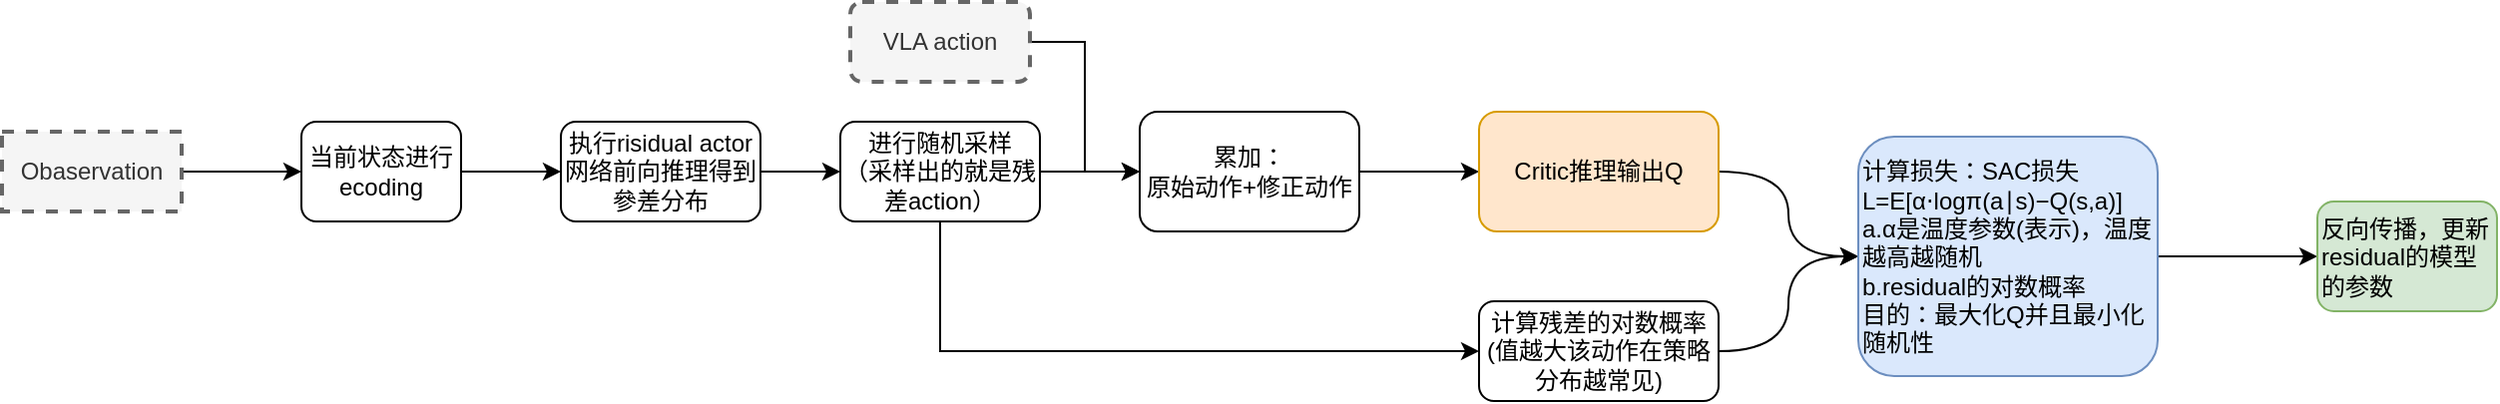
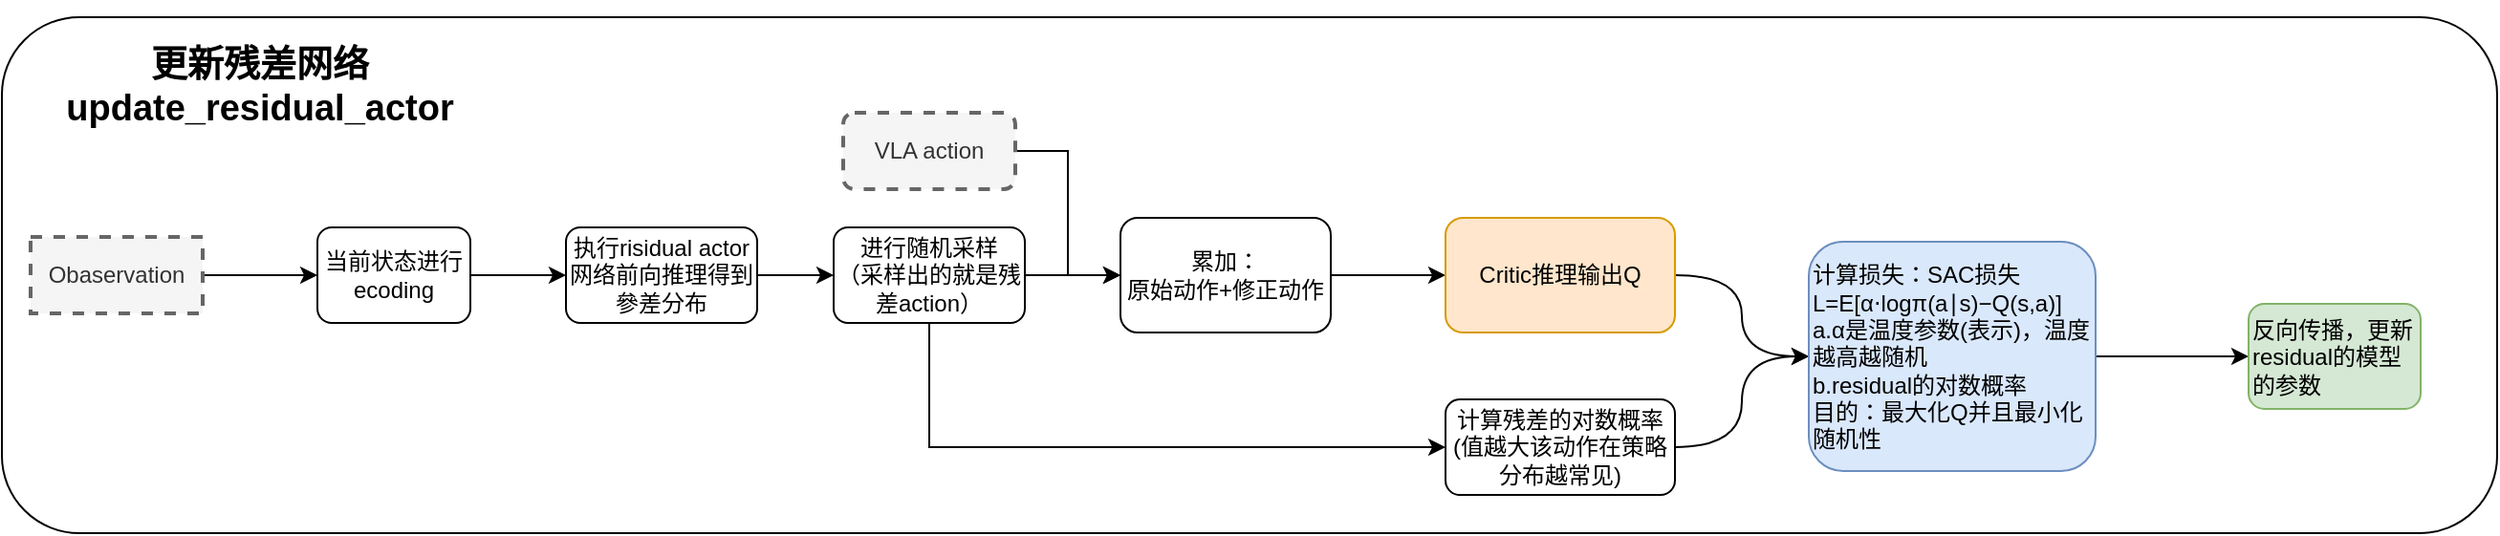
<mxfile host="app.diagrams.net">
  <diagram name="第 1 页" id="Xl2nalXjscSPXPMrPieM">
-     <mxGraphModel dx="1784" dy="2718" grid="1" gridSize="10" guides="1" tooltips="1" connect="1" arrows="1" fold="1" page="1" pageScale="1" pageWidth="827" pageHeight="1169" math="0" shadow="0">
+     <mxGraphModel dx="2320" dy="849" grid="1" gridSize="10" guides="1" tooltips="1" connect="1" arrows="1" fold="1" page="1" pageScale="1" pageWidth="827" pageHeight="1169" math="0" shadow="0">
      <root>
        <mxCell id="0" />
        <mxCell id="1" parent="0" />
+         <mxCell id="5m5IZYSdE89hOnIhnB_D-22" parent="1" style="rounded=1;whiteSpace=wrap;html=1;" value="" vertex="1">
+           <mxGeometry height="270" width="1305" x="-55" y="190" as="geometry" />
+         </mxCell>
        <mxCell id="5m5IZYSdE89hOnIhnB_D-3" edge="1" parent="1" source="5m5IZYSdE89hOnIhnB_D-1" style="edgeStyle=orthogonalEdgeStyle;rounded=0;orthogonalLoop=1;jettySize=auto;html=1;" target="5m5IZYSdE89hOnIhnB_D-2" value="">
          <mxGeometry relative="1" as="geometry" />
        </mxCell>
        <mxCell id="5m5IZYSdE89hOnIhnB_D-1" parent="1" style="rounded=1;whiteSpace=wrap;html=1;" value="当前状态进行ecoding" vertex="1">
          <mxGeometry height="50" width="80" x="110" y="300" as="geometry" />
        </mxCell>
        <mxCell id="5m5IZYSdE89hOnIhnB_D-5" edge="1" parent="1" source="5m5IZYSdE89hOnIhnB_D-2" style="edgeStyle=orthogonalEdgeStyle;rounded=0;orthogonalLoop=1;jettySize=auto;html=1;" target="5m5IZYSdE89hOnIhnB_D-4" value="">
          <mxGeometry relative="1" as="geometry" />
        </mxCell>
        <mxCell id="5m5IZYSdE89hOnIhnB_D-2" parent="1" style="rounded=1;whiteSpace=wrap;html=1;" value="执行risidual actor网络前向推理得到參差分布" vertex="1">
          <mxGeometry height="50" width="100" x="240" y="300" as="geometry" />
        </mxCell>
        <mxCell id="5m5IZYSdE89hOnIhnB_D-7" edge="1" parent="1" source="5m5IZYSdE89hOnIhnB_D-4" style="edgeStyle=orthogonalEdgeStyle;rounded=0;orthogonalLoop=1;jettySize=auto;html=1;exitX=0.5;exitY=1;exitDx=0;exitDy=0;entryX=0;entryY=0.5;entryDx=0;entryDy=0;" target="5m5IZYSdE89hOnIhnB_D-6" value="">
          <mxGeometry relative="1" as="geometry" />
        </mxCell>
        <mxCell id="5m5IZYSdE89hOnIhnB_D-14" edge="1" parent="1" source="5m5IZYSdE89hOnIhnB_D-4" style="edgeStyle=orthogonalEdgeStyle;rounded=0;orthogonalLoop=1;jettySize=auto;html=1;exitX=1;exitY=0.5;exitDx=0;exitDy=0;entryX=0;entryY=0.5;entryDx=0;entryDy=0;" target="5m5IZYSdE89hOnIhnB_D-12">
          <mxGeometry relative="1" as="geometry" />
        </mxCell>
        <mxCell id="5m5IZYSdE89hOnIhnB_D-4" parent="1" style="rounded=1;whiteSpace=wrap;html=1;" value="进行随机采样&lt;br&gt;（采样出的就是残差action）" vertex="1">
          <mxGeometry height="50" width="100" x="380" y="300" as="geometry" />
        </mxCell>
        <mxCell id="5m5IZYSdE89hOnIhnB_D-19" edge="1" parent="1" source="5m5IZYSdE89hOnIhnB_D-6" style="edgeStyle=orthogonalEdgeStyle;rounded=0;orthogonalLoop=1;jettySize=auto;html=1;exitX=1;exitY=0.5;exitDx=0;exitDy=0;entryX=0;entryY=0.5;entryDx=0;entryDy=0;curved=1;" target="5m5IZYSdE89hOnIhnB_D-17">
          <mxGeometry relative="1" as="geometry" />
        </mxCell>
        <mxCell id="5m5IZYSdE89hOnIhnB_D-6" parent="1" style="rounded=1;whiteSpace=wrap;html=1;" value="计算残差的对数概率&lt;br&gt;(值越大该动作在策略分布越常见)" vertex="1">
          <mxGeometry height="50" width="120" x="700" y="390" as="geometry" />
        </mxCell>
        <mxCell id="5m5IZYSdE89hOnIhnB_D-9" edge="1" parent="1" source="5m5IZYSdE89hOnIhnB_D-8" style="edgeStyle=orthogonalEdgeStyle;rounded=0;orthogonalLoop=1;jettySize=auto;html=1;exitX=1;exitY=0.5;exitDx=0;exitDy=0;entryX=0;entryY=0.5;entryDx=0;entryDy=0;" target="5m5IZYSdE89hOnIhnB_D-1">
          <mxGeometry relative="1" as="geometry" />
        </mxCell>
        <mxCell id="5m5IZYSdE89hOnIhnB_D-8" parent="1" style="rounded=0;whiteSpace=wrap;html=1;fillColor=#f5f5f5;fontColor=#333333;strokeColor=#666666;dashed=1;strokeWidth=2;" value="Obaservation" vertex="1">
          <mxGeometry height="40" width="90" x="-40" y="305" as="geometry" />
        </mxCell>
        <mxCell id="5m5IZYSdE89hOnIhnB_D-13" edge="1" parent="1" source="5m5IZYSdE89hOnIhnB_D-10" style="edgeStyle=orthogonalEdgeStyle;rounded=0;orthogonalLoop=1;jettySize=auto;html=1;exitX=1;exitY=0.5;exitDx=0;exitDy=0;entryX=0;entryY=0.5;entryDx=0;entryDy=0;" target="5m5IZYSdE89hOnIhnB_D-12">
          <mxGeometry relative="1" as="geometry" />
        </mxCell>
        <mxCell id="5m5IZYSdE89hOnIhnB_D-10" parent="1" style="rounded=1;whiteSpace=wrap;html=1;fillColor=#f5f5f5;fontColor=#333333;strokeColor=#666666;dashed=1;strokeWidth=2;" value="VLA action" vertex="1">
          <mxGeometry height="40" width="90" x="385" y="240" as="geometry" />
        </mxCell>
        <mxCell id="5m5IZYSdE89hOnIhnB_D-16" edge="1" parent="1" source="5m5IZYSdE89hOnIhnB_D-12" style="edgeStyle=orthogonalEdgeStyle;rounded=0;orthogonalLoop=1;jettySize=auto;html=1;exitX=1;exitY=0.5;exitDx=0;exitDy=0;entryX=0;entryY=0.5;entryDx=0;entryDy=0;" target="5m5IZYSdE89hOnIhnB_D-15">
          <mxGeometry relative="1" as="geometry" />
        </mxCell>
        <mxCell id="5m5IZYSdE89hOnIhnB_D-12" parent="1" style="rounded=1;whiteSpace=wrap;html=1;" value="累加：&lt;br&gt;原始动作+修正动作" vertex="1">
          <mxGeometry height="60" width="110" x="530" y="295" as="geometry" />
        </mxCell>
        <mxCell id="5m5IZYSdE89hOnIhnB_D-18" edge="1" parent="1" source="5m5IZYSdE89hOnIhnB_D-15" style="edgeStyle=orthogonalEdgeStyle;rounded=0;orthogonalLoop=1;jettySize=auto;html=1;exitX=1;exitY=0.5;exitDx=0;exitDy=0;entryX=0;entryY=0.5;entryDx=0;entryDy=0;curved=1;" target="5m5IZYSdE89hOnIhnB_D-17">
          <mxGeometry relative="1" as="geometry" />
        </mxCell>
        <mxCell id="5m5IZYSdE89hOnIhnB_D-15" parent="1" style="rounded=1;whiteSpace=wrap;html=1;fillColor=#ffe6cc;strokeColor=#d79b00;" value="Critic推理输出Q" vertex="1">
          <mxGeometry height="60" width="120" x="700" y="295" as="geometry" />
        </mxCell>
        <mxCell id="5m5IZYSdE89hOnIhnB_D-21" edge="1" parent="1" source="5m5IZYSdE89hOnIhnB_D-17" style="edgeStyle=orthogonalEdgeStyle;curved=1;rounded=0;orthogonalLoop=1;jettySize=auto;html=1;" target="5m5IZYSdE89hOnIhnB_D-20" value="">
          <mxGeometry relative="1" as="geometry" />
        </mxCell>
        <mxCell id="5m5IZYSdE89hOnIhnB_D-17" parent="1" style="rounded=1;whiteSpace=wrap;html=1;align=left;fillColor=#dae8fc;strokeColor=#6c8ebf;" value="计算损失：SAC损失&lt;br&gt;L=E[α⋅logπ(a∣s)−Q(s,a)]&lt;div&gt;a.α是温度参数(表示)，温度越高越随机&lt;br&gt;b.residual的对数概率&lt;br&gt;目的：最大化Q并且最小化随机性&lt;/div&gt;" vertex="1">
          <mxGeometry height="120" width="150" x="890" y="307.5" as="geometry" />
        </mxCell>
        <mxCell id="5m5IZYSdE89hOnIhnB_D-20" parent="1" style="rounded=1;whiteSpace=wrap;html=1;align=left;fillColor=#d5e8d4;strokeColor=#82b366;" value="反向传播，更新residual的模型的参数" vertex="1">
          <mxGeometry height="55" width="90" x="1120" y="340" as="geometry" />
        </mxCell>
+         <mxCell id="5m5IZYSdE89hOnIhnB_D-23" parent="1" style="text;html=1;whiteSpace=wrap;strokeColor=none;fillColor=none;align=center;verticalAlign=middle;rounded=0;fontStyle=1;fontSize=19;" value="&lt;br&gt;更新残差网络update_residual_actor" vertex="1">
+           <mxGeometry height="30" width="220" x="-30" y="200" as="geometry" />
+         </mxCell>
      </root>
    </mxGraphModel>
  </diagram>
</mxfile>
